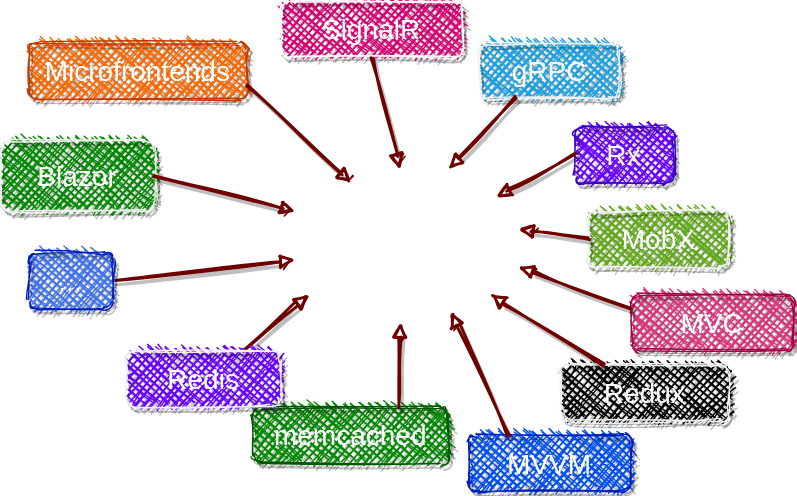
The draw.io diagram Slides/Fusion_v2/diagrams/keywords-final.dio.svg in alexyakunin/Stl.Fusion.Materials, before a commit. Source tidied: cells renumbered, new cells last; positions are measured from the earlier drawing's top-left corner, leaving out a move shared by most shapes.
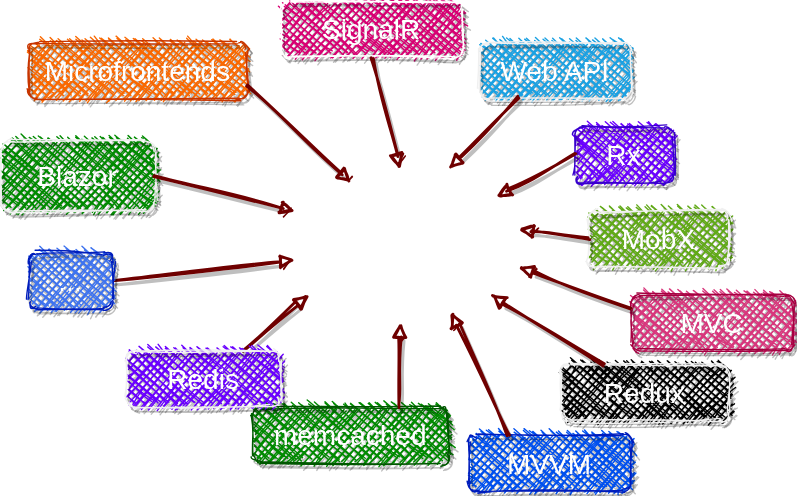
After the commit.

Change to the diagram source:
```diff
@@ -31,8 +31,8 @@
         <mxPoint x="370" y="163" as="sourcePoint" />
       </mxGeometry>
     </mxCell>
-    <mxCell id="9" value="&lt;span style=&quot;font-size: 20px&quot;&gt;gRPC&lt;/span&gt;" style="text;html=1;align=center;verticalAlign=middle;whiteSpace=wrap;rounded=1;labelBackgroundColor=none;fontColor=#ffffff;labelBorderColor=none;fillColor=#1ba1e2;sketch=1;fillStyle=cross-hatch;shadow=1;strokeColor=#f0f0f0;" parent="1" vertex="1">
-      <mxGeometry x="342" y="30" width="100" height="40" as="geometry" />
+    <mxCell id="9" value="&lt;span style=&quot;font-size: 20px&quot;&gt;Web API&lt;/span&gt;" style="text;html=1;align=center;verticalAlign=middle;whiteSpace=wrap;rounded=1;labelBackgroundColor=none;fontColor=#ffffff;labelBorderColor=none;fillColor=#1ba1e2;sketch=1;fillStyle=cross-hatch;shadow=1;strokeColor=#f0f0f0;" parent="1" vertex="1">
+      <mxGeometry x="342" y="30" width="108" height="40" as="geometry" />
     </mxCell>
     <mxCell id="10" style="endArrow=none;html=1;fontColor=#000000;entryX=0.25;entryY=1;entryDx=0;entryDy=0;fillColor=#a20025;strokeColor=#6F0000;strokeWidth=2;sketch=1;shadow=1;startArrow=block;startFill=1;" parent="1" edge="1" target="9">
       <mxGeometry relative="1" as="geometry">
```
